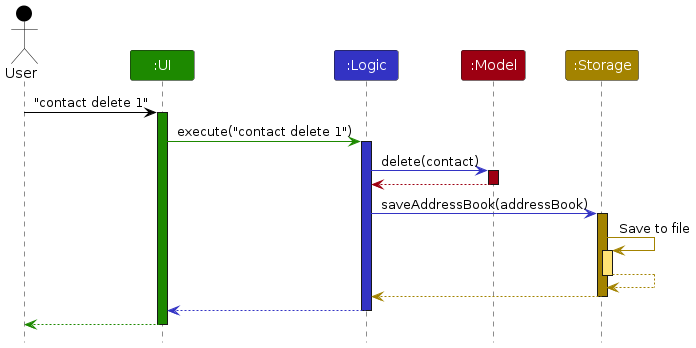
Earlier version of the PlantUML export diagrams/ArchitectureSequenceDiagram.png (AY2425S2-CS2103-F08-4/tp). Its source is kept beside it as diagrams/ArchitectureSequenceDiagram.puml.
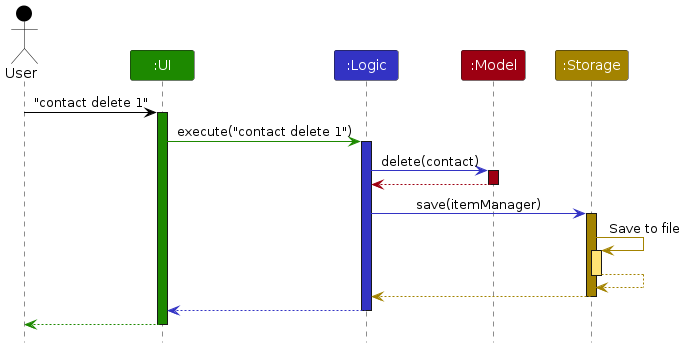
After the change.

The edit, as a diff of the source:
```diff
@@ -20,7 +20,7 @@
 model -[MODEL_COLOR]-> logic
 deactivate model
 
-logic -[LOGIC_COLOR]> storage : saveAddressBook(addressBook)
+logic -[LOGIC_COLOR]> storage : save(itemManager)
 activate storage STORAGE_COLOR
 
 storage -[STORAGE_COLOR]> storage : Save to file
```
